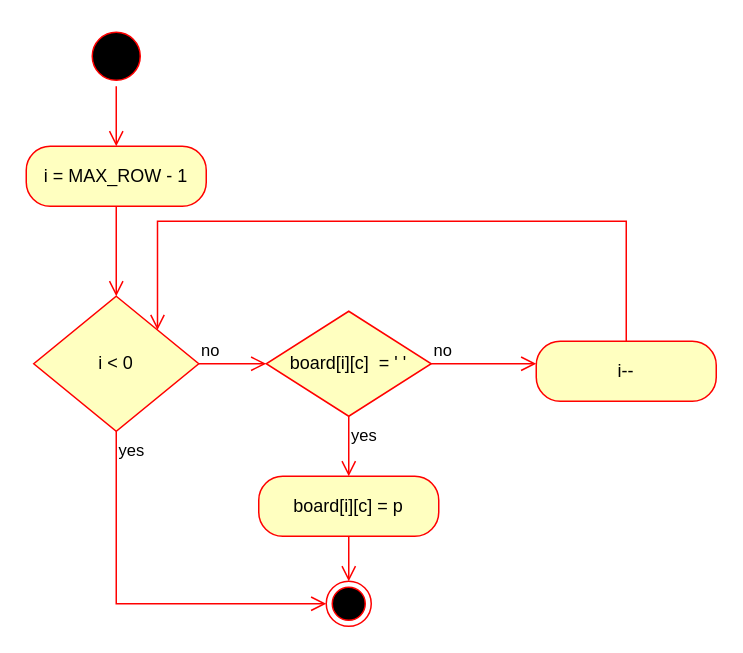
Before: DRAW_IO/placeToken_AD.drawio in c-tollison/extendedConnectX, a draw.io diagram. Source tidied: cells renumbered, new cells numbered last; positions are measured from the earlier drawing's top-left corner, leaving out a move shared by most shapes. Both pictures are drawn from the tidied source at 150%, with x=0, y=0 at pixel (26, 26).
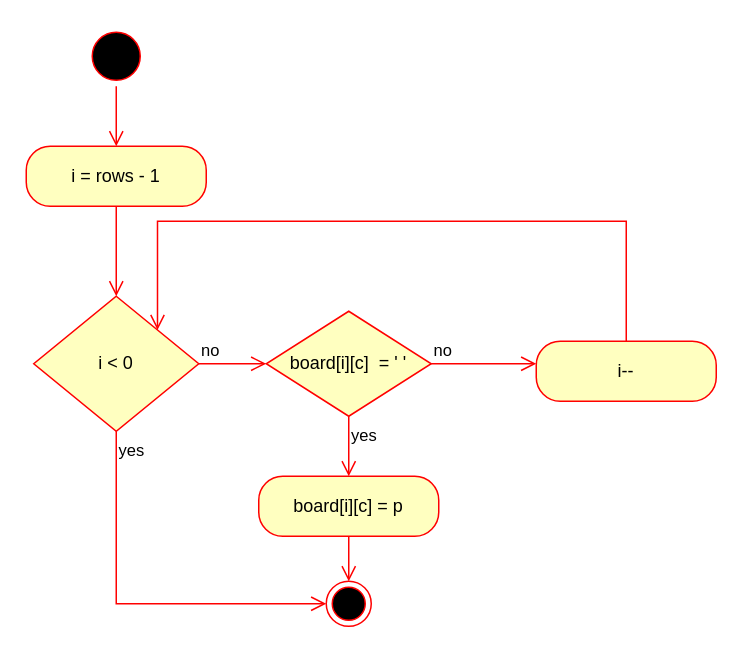
The same page after the edit.

The edit, as a diff of the source:
```diff
@@
-    <mxCell id="4" value="i = MAX_ROW - 1" style="rounded=1;whiteSpace=wrap;html=1;arcSize=40;fontColor=#000000;fillColor=#ffffc0;strokeColor=#ff0000;" parent="1" vertex="1">
+    <mxCell id="4" value="i = rows - 1" style="rounded=1;whiteSpace=wrap;html=1;arcSize=40;fontColor=#000000;fillColor=#ffffc0;strokeColor=#ff0000;" parent="1" vertex="1">
       <mxGeometry y="80" width="120" height="40" as="geometry" />
     </mxCell>
```
